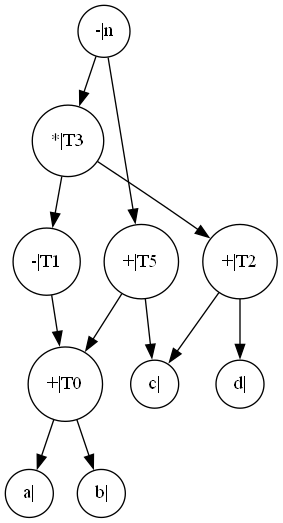
Before: DAG/visible.gv.png, a diagram exported from Graphviz (hutao99/compiler). Its source is kept beside it as DAG/visible.gv.
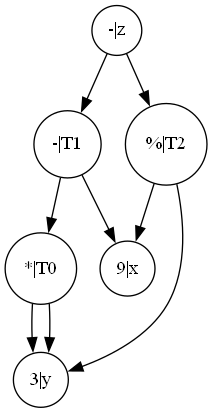
The same file after the commit.

Change to the diagram source:
```diff
@@ -1,24 +1,17 @@
 digraph "./DAG/visible" {
 	node [color=black shape=circle size="20,5"]
-	1 [label="a|"]
-	2 [label="b|"]
-	3 [label="+|T0"]
+	1 [label="9|x"]
+	2 [label="3|y"]
+	3 [label="*|T0"]
 	4 [label="-|T1"]
-	5 [label="c|"]
-	6 [label="d|"]
-	7 [label="+|T2"]
-	8 [label="*|T3"]
-	9 [label="+|T5"]
-	10 [label="-|n"]
+	5 [label="%|T2"]
+	6 [label="-|z"]
 	3 -> 2
-	3 -> 1
+	3 -> 2
 	4 -> 3
-	7 -> 6
-	7 -> 5
-	8 -> 7
-	8 -> 4
-	9 -> 5
-	9 -> 3
-	10 -> 9
-	10 -> 8
+	4 -> 1
+	5 -> 2
+	5 -> 1
+	6 -> 5
+	6 -> 4
 }
```
